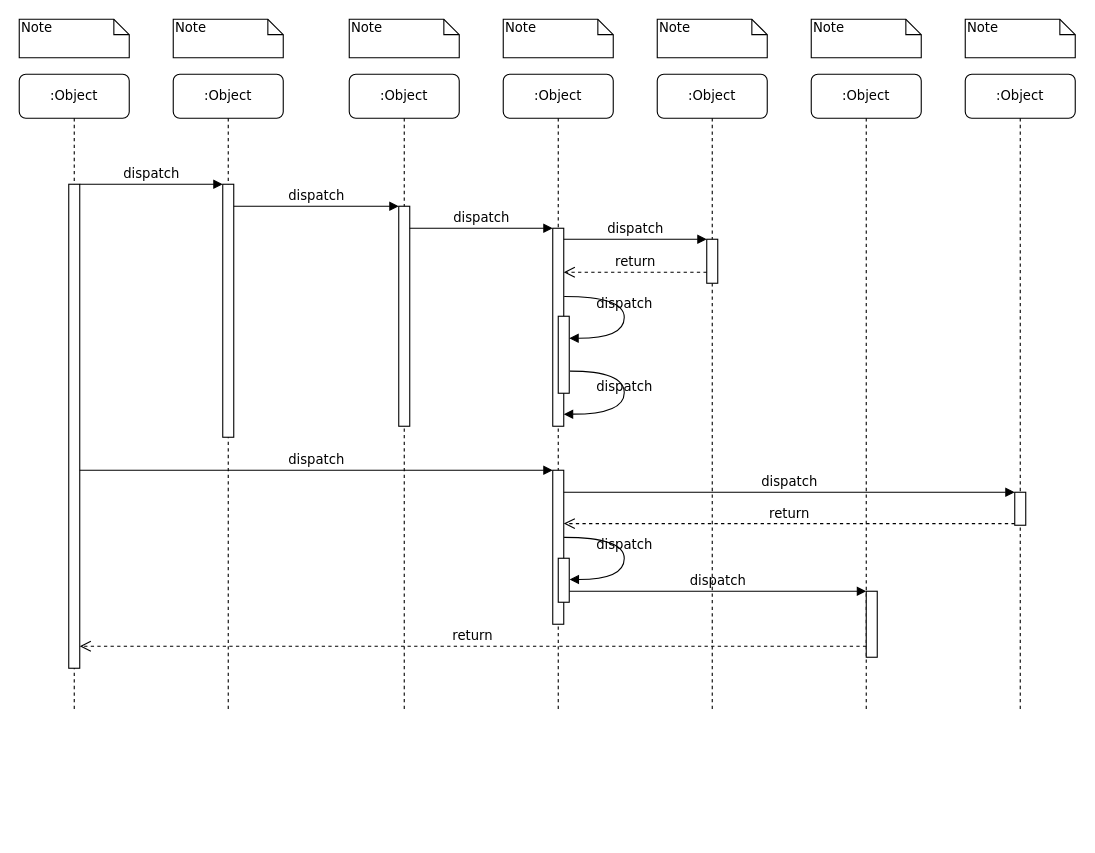
LDHgiser/layout keeps this draw.io diagram as params.drawio. Above is the earlier version. Source tidied: cells renumbered, new cells numbered last; positions are measured from the earlier drawing's top-left corner, leaving out a move shared by most shapes. Both pictures are drawn from the tidied source at 110%, with x=0, y=0 at pixel (19, 19).
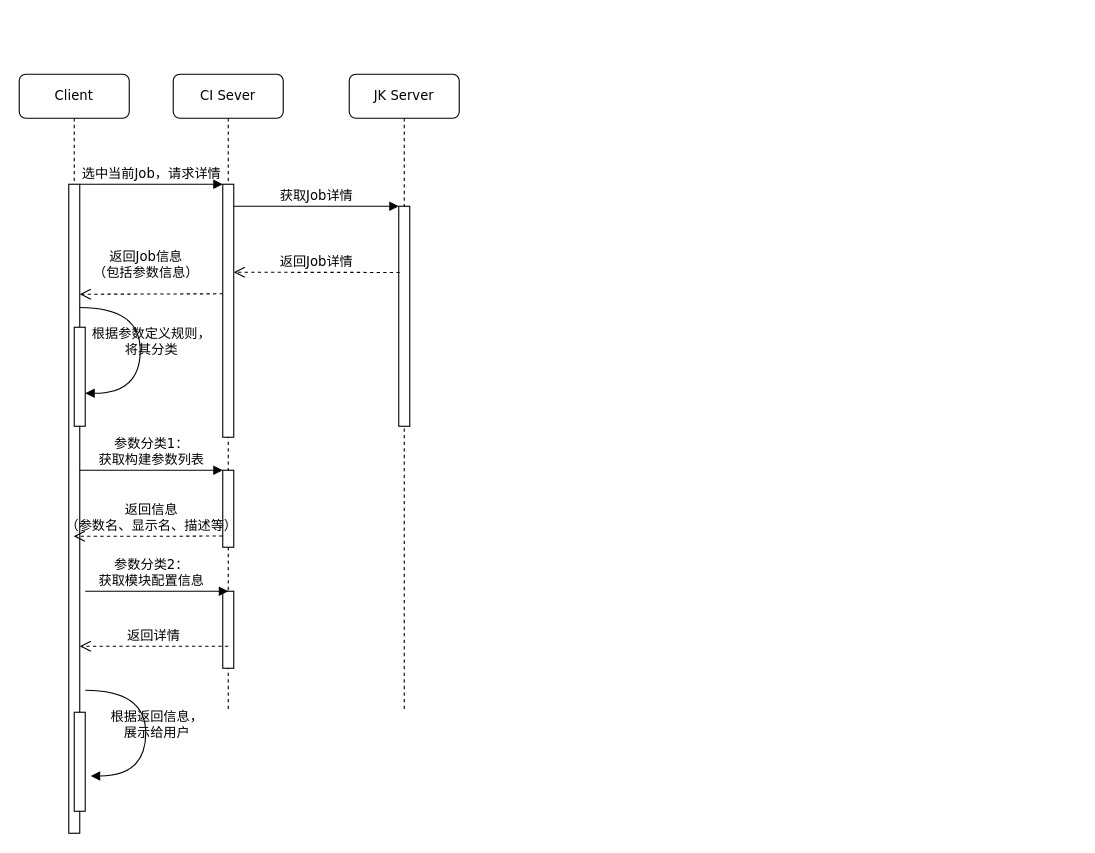
The same diagram, later.

Unchanged cells that the change refers to:
```xml
<mxCell id="3" style="html=1;points=[];perimeter=orthogonalPerimeter;rounded=0;shadow=0;comic=0;labelBackgroundColor=none;strokeWidth=1;fontFamily=Verdana;fontSize=12;align=center;" parent="2" vertex="1">
  <mxGeometry x="45" y="100" width="10" height="230" as="geometry" />
</mxCell>
<mxCell id="5" style="html=1;points=[];perimeter=orthogonalPerimeter;rounded=0;shadow=0;comic=0;labelBackgroundColor=none;strokeWidth=1;fontFamily=Verdana;fontSize=12;align=center;" parent="4" vertex="1">
  <mxGeometry x="45" y="120" width="10" height="200" as="geometry" />
</mxCell>
```

What changed in the source:
```diff
@@
-    <mxCell id="2" value=":Object" style="shape=umlLifeline;perimeter=lifelinePerimeter;whiteSpace=wrap;html=1;rounded=1;shadow=0;comic=0;labelBackgroundColor=none;strokeWidth=1;fontFamily=Verdana;fontSize=12;align=center;" parent="1" vertex="1">
+    <mxCell id="2" value="CI Sever" style="shape=umlLifeline;perimeter=lifelinePerimeter;whiteSpace=wrap;html=1;rounded=1;shadow=0;comic=0;labelBackgroundColor=none;strokeWidth=1;fontFamily=Verdana;fontSize=12;align=center;" parent="1" vertex="1">
       <mxGeometry x="140" y="50" width="100" height="580" as="geometry" />
     </mxCell>
@@
+    <mxCell id="17" style="html=1;points=[];perimeter=orthogonalPerimeter;rounded=0;shadow=0;comic=0;labelBackgroundColor=none;strokeWidth=1;fontFamily=Verdana;fontSize=12;align=center;" parent="2" vertex="1">
+      <mxGeometry x="45" y="360" width="10" height="70" as="geometry" />
+    </mxCell>
+    <mxCell id="39" style="html=1;perimeter=orthogonalPerimeter;rounded=0;shadow=0;comic=0;labelBackgroundColor=none;strokeWidth=1;fontFamily=Verdana;fontSize=12;align=center;" parent="2" vertex="1">
+      <mxGeometry x="45" y="470" width="10" height="70" as="geometry" />
+    </mxCell>
-    <mxCell id="4" value=":Object" style="shape=umlLifeline;perimeter=lifelinePerimeter;whiteSpace=wrap;html=1;rounded=1;shadow=0;comic=0;labelBackgroundColor=none;strokeWidth=1;fontFamily=Verdana;fontSize=12;align=center;" parent="1" vertex="1">
+    <mxCell id="4" value="JK Server" style="shape=umlLifeline;perimeter=lifelinePerimeter;whiteSpace=wrap;html=1;rounded=1;shadow=0;comic=0;labelBackgroundColor=none;strokeWidth=1;fontFamily=Verdana;fontSize=12;align=center;" parent="1" vertex="1">
       <mxGeometry x="300" y="50" width="100" height="580" as="geometry" />
     </mxCell>
@@
-    <mxCell id="6" value=":Object" style="shape=umlLifeline;perimeter=lifelinePerimeter;whiteSpace=wrap;html=1;rounded=1;shadow=0;comic=0;labelBackgroundColor=none;strokeWidth=1;fontFamily=Verdana;fontSize=12;align=center;" parent="1" vertex="1">
-      <mxGeometry x="440" y="50" width="100" height="580" as="geometry" />
-    </mxCell>
-    <mxCell id="7" value=":Object" style="shape=umlLifeline;perimeter=lifelinePerimeter;whiteSpace=wrap;html=1;rounded=1;shadow=0;comic=0;labelBackgroundColor=none;strokeWidth=1;fontFamily=Verdana;fontSize=12;align=center;" parent="1" vertex="1">
-      <mxGeometry x="580" y="50" width="100" height="580" as="geometry" />
-    </mxCell>
-    <mxCell id="8" value=":Object" style="shape=umlLifeline;perimeter=lifelinePerimeter;whiteSpace=wrap;html=1;rounded=1;shadow=0;comic=0;labelBackgroundColor=none;strokeWidth=1;fontFamily=Verdana;fontSize=12;align=center;" parent="1" vertex="1">
-      <mxGeometry x="720" y="50" width="100" height="580" as="geometry" />
-    </mxCell>
-    <mxCell id="9" value=":Object" style="shape=umlLifeline;perimeter=lifelinePerimeter;whiteSpace=wrap;html=1;rounded=1;shadow=0;comic=0;labelBackgroundColor=none;strokeWidth=1;fontFamily=Verdana;fontSize=12;align=center;" parent="1" vertex="1">
-      <mxGeometry x="860" y="50" width="100" height="580" as="geometry" />
-    </mxCell>
-    <mxCell id="10" value=":Object" style="shape=umlLifeline;perimeter=lifelinePerimeter;whiteSpace=wrap;html=1;outlineConnect=0;rounded=1;shadow=0;comic=0;labelBackgroundColor=none;strokeWidth=1;fontFamily=Verdana;fontSize=12;align=center;" parent="1" vertex="1">
-      <mxGeometry y="50" width="100" height="580" as="geometry" />
+    <mxCell id="10" value="Client" style="shape=umlLifeline;perimeter=lifelinePerimeter;whiteSpace=wrap;html=1;outlineConnect=0;rounded=1;shadow=0;comic=0;labelBackgroundColor=none;strokeWidth=1;fontFamily=Verdana;fontSize=12;align=center;" parent="1" vertex="1">
+      <mxGeometry y="50" width="100" height="690" as="geometry" />
     </mxCell>
     <mxCell id="11" style="html=1;points=[];perimeter=orthogonalPerimeter;rounded=0;shadow=0;comic=0;labelBackgroundColor=none;strokeWidth=1;fontFamily=Verdana;fontSize=12;align=center;" parent="10" vertex="1">
-      <mxGeometry x="45" y="100" width="10" height="440" as="geometry" />
+      <mxGeometry x="45" y="100" width="10" height="590" as="geometry" />
     </mxCell>
-    <mxCell id="12" style="html=1;points=[];perimeter=orthogonalPerimeter;rounded=0;shadow=0;comic=0;labelBackgroundColor=none;strokeWidth=1;fontFamily=Verdana;fontSize=12;align=center;" parent="1" vertex="1">
-      <mxGeometry x="485" y="190" width="10" height="180" as="geometry" />
-    </mxCell>
-    <mxCell id="13" value="dispatch" style="html=1;verticalAlign=bottom;endArrow=block;labelBackgroundColor=none;fontFamily=Verdana;fontSize=12;edgeStyle=elbowEdgeStyle;elbow=vertical;" parent="1" edge="1" source="5" target="12">
-      <mxGeometry relative="1" as="geometry">
-        <Array as="points">
-          <mxPoint x="360" y="190" />
-        </Array>
-      </mxGeometry>
-    </mxCell>
-    <mxCell id="14" style="html=1;points=[];perimeter=orthogonalPerimeter;rounded=0;shadow=0;comic=0;labelBackgroundColor=none;strokeWidth=1;fontFamily=Verdana;fontSize=12;align=center;" parent="1" vertex="1">
-      <mxGeometry x="625" y="200" width="10" height="40" as="geometry" />
-    </mxCell>
-    <mxCell id="15" value="dispatch" style="html=1;verticalAlign=bottom;endArrow=block;entryX=0;entryY=0;labelBackgroundColor=none;fontFamily=Verdana;fontSize=12;edgeStyle=elbowEdgeStyle;elbow=vertical;" parent="1" edge="1" source="12" target="14">
-      <mxGeometry relative="1" as="geometry" />
-    </mxCell>
+    <mxCell id="40" style="html=1;points=[];perimeter=orthogonalPerimeter;rounded=0;shadow=0;comic=0;labelBackgroundColor=none;strokeWidth=1;fontFamily=Verdana;fontSize=12;align=center;" parent="10" vertex="1">
+      <mxGeometry x="50" y="230" width="10" height="90" as="geometry" />
+    </mxCell>
+    <mxCell id="41" value="根据参数定义规则，&lt;br&gt;将其分类" style="html=1;verticalAlign=bottom;endArrow=block;labelBackgroundColor=none;fontFamily=Verdana;fontSize=12;elbow=vertical;edgeStyle=orthogonalEdgeStyle;curved=1;exitX=1.038;exitY=0.345;exitPerimeter=0;" parent="10" edge="1" target="40">
+      <mxGeometry x="0.13" y="10" relative="1" as="geometry">
+        <mxPoint x="55" y="212.1" as="sourcePoint" />
+        <Array as="points">
+          <mxPoint x="110" y="212" />
+          <mxPoint x="110" y="290" />
+        </Array>
+      </mxGeometry>
+    </mxCell>
+    <mxCell id="42" style="html=1;perimeter=orthogonalPerimeter;rounded=0;shadow=0;comic=0;labelBackgroundColor=none;strokeWidth=1;fontFamily=Verdana;fontSize=12;align=center;" parent="10" vertex="1">
+      <mxGeometry x="50" y="580" width="10" height="90" as="geometry" />
+    </mxCell>
-    <mxCell id="16" value="return" style="html=1;verticalAlign=bottom;endArrow=open;dashed=1;endSize=8;labelBackgroundColor=none;fontFamily=Verdana;fontSize=12;edgeStyle=elbowEdgeStyle;elbow=vertical;" parent="1" edge="1" source="14" target="12">
+    <mxCell id="16" value="返回Job详情" style="html=1;verticalAlign=bottom;endArrow=open;dashed=1;endSize=8;labelBackgroundColor=none;fontFamily=Verdana;fontSize=12;edgeStyle=elbowEdgeStyle;elbow=vertical;exitX=0.09;exitY=0.301;exitDx=0;exitDy=0;exitPerimeter=0;" parent="1" edge="1" source="5" target="3">
       <mxGeometry relative="1" as="geometry">
         <Array as="points">
-          <mxPoint x="570" y="230" />
+          <mxPoint x="270" y="230" />
           <mxPoint x="600" y="230" />
         </Array>
       </mxGeometry>
     </mxCell>
-    <mxCell id="17" style="html=1;points=[];perimeter=orthogonalPerimeter;rounded=0;shadow=0;comic=0;labelBackgroundColor=none;strokeWidth=1;fontFamily=Verdana;fontSize=12;align=center;" parent="1" vertex="1">
-      <mxGeometry x="485" y="410" width="10" height="140" as="geometry" />
-    </mxCell>
-    <mxCell id="18" value="dispatch" style="html=1;verticalAlign=bottom;endArrow=block;entryX=0;entryY=0;labelBackgroundColor=none;fontFamily=Verdana;fontSize=12;" parent="1" edge="1" source="11" target="17">
+    <mxCell id="18" value="参数分类1：&lt;br&gt;获取构建参数列表" style="html=1;verticalAlign=bottom;endArrow=block;entryX=0;entryY=0;labelBackgroundColor=none;fontFamily=Verdana;fontSize=12;" parent="1" edge="1" source="11" target="17">
       <mxGeometry relative="1" as="geometry" />
     </mxCell>
-    <mxCell id="19" style="html=1;points=[];perimeter=orthogonalPerimeter;rounded=0;shadow=0;comic=0;labelBackgroundColor=none;strokeColor=#000000;strokeWidth=1;fillColor=#FFFFFF;fontFamily=Verdana;fontSize=12;fontColor=#000000;align=center;" parent="1" vertex="1">
-      <mxGeometry x="905" y="430" width="10" height="30" as="geometry" />
-    </mxCell>
-    <mxCell id="20" value="dispatch" style="html=1;verticalAlign=bottom;endArrow=block;entryX=0;entryY=0;labelBackgroundColor=none;fontFamily=Verdana;fontSize=12;" parent="1" edge="1" source="17" target="19">
-      <mxGeometry relative="1" as="geometry" />
-    </mxCell>
-    <mxCell id="21" value="return" style="html=1;verticalAlign=bottom;endArrow=open;dashed=1;endSize=8;exitX=0;exitY=0.95;labelBackgroundColor=none;fontFamily=Verdana;fontSize=12;" parent="1" edge="1" source="19" target="17">
-      <mxGeometry relative="1" as="geometry" />
+    <mxCell id="21" value="返回信息&lt;br&gt;（参数名、显示名、描述等）" style="html=1;verticalAlign=bottom;endArrow=open;dashed=1;endSize=8;labelBackgroundColor=none;fontFamily=Verdana;fontSize=12;exitX=-0.029;exitY=0.853;exitDx=0;exitDy=0;exitPerimeter=0;" parent="1" edge="1" source="17" target="10">
+      <mxGeometry x="-0.04" relative="1" as="geometry">
+        <Array as="points">
+          <mxPoint x="140" y="470" />
+        </Array>
+      </mxGeometry>
     </mxCell>
-    <mxCell id="22" style="html=1;points=[];perimeter=orthogonalPerimeter;rounded=0;shadow=0;comic=0;labelBackgroundColor=none;strokeWidth=1;fontFamily=Verdana;fontSize=12;align=center;" parent="1" vertex="1">
-      <mxGeometry x="770" y="520" width="10" height="60" as="geometry" />
-    </mxCell>
-    <mxCell id="23" value="dispatch" style="html=1;verticalAlign=bottom;endArrow=block;entryX=0;entryY=0;labelBackgroundColor=none;fontFamily=Verdana;fontSize=12;edgeStyle=elbowEdgeStyle;elbow=vertical;" parent="1" edge="1" source="30" target="22">
-      <mxGeometry relative="1" as="geometry" />
-    </mxCell>
-    <mxCell id="24" value="return" style="html=1;verticalAlign=bottom;endArrow=open;dashed=1;endSize=8;labelBackgroundColor=none;fontFamily=Verdana;fontSize=12;edgeStyle=elbowEdgeStyle;elbow=vertical;" parent="1" edge="1" source="22" target="11">
+    <mxCell id="24" value="返回详情" style="html=1;verticalAlign=bottom;endArrow=open;dashed=1;endSize=8;labelBackgroundColor=none;fontFamily=Verdana;fontSize=12;edgeStyle=elbowEdgeStyle;elbow=vertical;" parent="1" edge="1" target="11">
       <mxGeometry relative="1" as="geometry">
+        <mxPoint x="190" y="570" as="sourcePoint" />
         <Array as="points">
-          <mxPoint x="470" y="570" />
+          <mxPoint x="120" y="570" />
         </Array>
       </mxGeometry>
     </mxCell>
-    <mxCell id="25" value="dispatch" style="html=1;verticalAlign=bottom;endArrow=block;entryX=0;entryY=0;labelBackgroundColor=none;fontFamily=Verdana;fontSize=12;edgeStyle=elbowEdgeStyle;elbow=vertical;" parent="1" edge="1" source="11" target="3">
+    <mxCell id="25" value="选中当前Job，请求详情" style="html=1;verticalAlign=bottom;endArrow=block;entryX=0;entryY=0;labelBackgroundColor=none;fontFamily=Verdana;fontSize=12;edgeStyle=elbowEdgeStyle;elbow=vertical;" parent="1" edge="1" source="11" target="3">
       <mxGeometry relative="1" as="geometry" />
     </mxCell>
-    <mxCell id="26" value="dispatch" style="html=1;verticalAlign=bottom;endArrow=block;entryX=0;entryY=0;labelBackgroundColor=none;fontFamily=Verdana;fontSize=12;edgeStyle=elbowEdgeStyle;elbow=vertical;" parent="1" edge="1" source="3" target="5">
+    <mxCell id="26" value="获取Job详情" style="html=1;verticalAlign=bottom;endArrow=block;entryX=0;entryY=0;labelBackgroundColor=none;fontFamily=Verdana;fontSize=12;edgeStyle=elbowEdgeStyle;elbow=vertical;" parent="1" edge="1" source="3" target="5">
       <mxGeometry relative="1" as="geometry" />
     </mxCell>
-    <mxCell id="27" style="html=1;points=[];perimeter=orthogonalPerimeter;rounded=0;shadow=0;comic=0;labelBackgroundColor=none;strokeWidth=1;fontFamily=Verdana;fontSize=12;align=center;" parent="1" vertex="1">
-      <mxGeometry x="490" y="270" width="10" height="70" as="geometry" />
-    </mxCell>
-    <mxCell id="28" value="dispatch" style="html=1;verticalAlign=bottom;endArrow=block;labelBackgroundColor=none;fontFamily=Verdana;fontSize=12;elbow=vertical;edgeStyle=orthogonalEdgeStyle;curved=1;entryX=1;entryY=0.286;entryPerimeter=0;exitX=1.038;exitY=0.345;exitPerimeter=0;" parent="1" edge="1" source="12" target="27">
-      <mxGeometry relative="1" as="geometry">
-        <Array as="points">
-          <mxPoint x="550" y="252" />
-          <mxPoint x="550" y="290" />
-        </Array>
-      </mxGeometry>
-    </mxCell>
-    <mxCell id="29" value="dispatch" style="html=1;verticalAlign=bottom;endArrow=block;labelBackgroundColor=none;fontFamily=Verdana;fontSize=12;elbow=vertical;edgeStyle=orthogonalEdgeStyle;curved=1;exitX=1.066;exitY=0.713;exitPerimeter=0;" parent="1" edge="1" source="27">
-      <mxGeometry relative="1" as="geometry">
-        <mxPoint x="495" y="359" as="targetPoint" />
-        <Array as="points">
-          <mxPoint x="550" y="320" />
-          <mxPoint x="550" y="359" />
-        </Array>
-      </mxGeometry>
-    </mxCell>
-    <mxCell id="30" style="html=1;points=[];perimeter=orthogonalPerimeter;rounded=0;shadow=0;comic=0;labelBackgroundColor=none;strokeWidth=1;fontFamily=Verdana;fontSize=12;align=center;" parent="1" vertex="1">
-      <mxGeometry x="490" y="490" width="10" height="40" as="geometry" />
-    </mxCell>
-    <mxCell id="31" value="dispatch" style="html=1;verticalAlign=bottom;endArrow=block;labelBackgroundColor=none;fontFamily=Verdana;fontSize=12;elbow=vertical;edgeStyle=orthogonalEdgeStyle;curved=1;entryX=1;entryY=0.286;entryPerimeter=0;exitX=1.038;exitY=0.345;exitPerimeter=0;" parent="1" edge="1">
-      <mxGeometry relative="1" as="geometry">
-        <mxPoint x="495.3" y="471" as="sourcePoint" />
-        <mxPoint x="500.3" y="509.3" as="targetPoint" />
-        <Array as="points">
-          <mxPoint x="550" y="471" />
-          <mxPoint x="550" y="509" />
-        </Array>
-      </mxGeometry>
-    </mxCell>
-    <mxCell id="32" value="Note" style="shape=note;whiteSpace=wrap;html=1;size=14;verticalAlign=top;align=left;spacingTop=-6;rounded=0;shadow=0;comic=0;labelBackgroundColor=none;strokeWidth=1;fontFamily=Verdana;fontSize=12;" parent="1" vertex="1">
-      <mxGeometry width="100" height="35" as="geometry" />
-    </mxCell>
-    <mxCell id="33" value="Note" style="shape=note;whiteSpace=wrap;html=1;size=14;verticalAlign=top;align=left;spacingTop=-6;rounded=0;shadow=0;comic=0;labelBackgroundColor=none;strokeWidth=1;fontFamily=Verdana;fontSize=12;" parent="1" vertex="1">
-      <mxGeometry x="140" width="100" height="35" as="geometry" />
-    </mxCell>
-    <mxCell id="34" value="Note" style="shape=note;whiteSpace=wrap;html=1;size=14;verticalAlign=top;align=left;spacingTop=-6;rounded=0;shadow=0;comic=0;labelBackgroundColor=none;strokeWidth=1;fontFamily=Verdana;fontSize=12;" parent="1" vertex="1">
-      <mxGeometry x="300" width="100" height="35" as="geometry" />
-    </mxCell>
-    <mxCell id="35" value="Note" style="shape=note;whiteSpace=wrap;html=1;size=14;verticalAlign=top;align=left;spacingTop=-6;rounded=0;shadow=0;comic=0;labelBackgroundColor=none;strokeWidth=1;fontFamily=Verdana;fontSize=12;" parent="1" vertex="1">
-      <mxGeometry x="440" width="100" height="35" as="geometry" />
-    </mxCell>
-    <mxCell id="36" value="Note" style="shape=note;whiteSpace=wrap;html=1;size=14;verticalAlign=top;align=left;spacingTop=-6;rounded=0;shadow=0;comic=0;labelBackgroundColor=none;strokeWidth=1;fontFamily=Verdana;fontSize=12;" parent="1" vertex="1">
-      <mxGeometry x="580" width="100" height="35" as="geometry" />
-    </mxCell>
-    <mxCell id="37" value="Note" style="shape=note;whiteSpace=wrap;html=1;size=14;verticalAlign=top;align=left;spacingTop=-6;rounded=0;shadow=0;comic=0;labelBackgroundColor=none;strokeWidth=1;fontFamily=Verdana;fontSize=12;" parent="1" vertex="1">
-      <mxGeometry x="720" width="100" height="35" as="geometry" />
-    </mxCell>
-    <mxCell id="38" value="Note" style="shape=note;whiteSpace=wrap;html=1;size=14;verticalAlign=top;align=left;spacingTop=-6;rounded=0;shadow=0;comic=0;labelBackgroundColor=none;strokeWidth=1;fontFamily=Verdana;fontSize=12;" parent="1" vertex="1">
-      <mxGeometry x="860" width="100" height="35" as="geometry" />
-    </mxCell>
+    <mxCell id="43" value="返回Job信息&lt;br&gt;（包括参数信息）" style="html=1;verticalAlign=bottom;endArrow=open;dashed=1;endSize=8;labelBackgroundColor=none;fontFamily=Verdana;fontSize=12;edgeStyle=elbowEdgeStyle;elbow=vertical;exitX=0.021;exitY=0.433;exitDx=0;exitDy=0;exitPerimeter=0;" parent="1" edge="1" source="3" target="11">
+      <mxGeometry x="0.08" y="-10" relative="1" as="geometry" />
+    </mxCell>
+    <mxCell id="44" value="参数分类2：&lt;br&gt;获取模块配置信息" style="html=1;verticalAlign=bottom;endArrow=block;entryX=0;entryY=0;labelBackgroundColor=none;fontFamily=Verdana;fontSize=12;" parent="1" edge="1">
+      <mxGeometry x="-0.08" relative="1" as="geometry">
+        <mxPoint x="60" y="520" as="sourcePoint" />
+        <mxPoint x="190" y="520" as="targetPoint" />
+      </mxGeometry>
+    </mxCell>
+    <mxCell id="45" value="根据返回信息，&lt;br&gt;展示给用户" style="html=1;verticalAlign=bottom;endArrow=block;labelBackgroundColor=none;fontFamily=Verdana;fontSize=12;elbow=vertical;edgeStyle=orthogonalEdgeStyle;curved=1;exitX=1.038;exitY=0.345;exitPerimeter=0;" parent="1" edge="1">
+      <mxGeometry x="0.13" y="10" relative="1" as="geometry">
+        <mxPoint x="60" y="610" as="sourcePoint" />
+        <mxPoint x="65" y="687.9" as="targetPoint" />
+        <Array as="points">
+          <mxPoint x="115" y="609.9" />
+          <mxPoint x="115" y="687.9" />
+        </Array>
+      </mxGeometry>
+    </mxCell>
```
